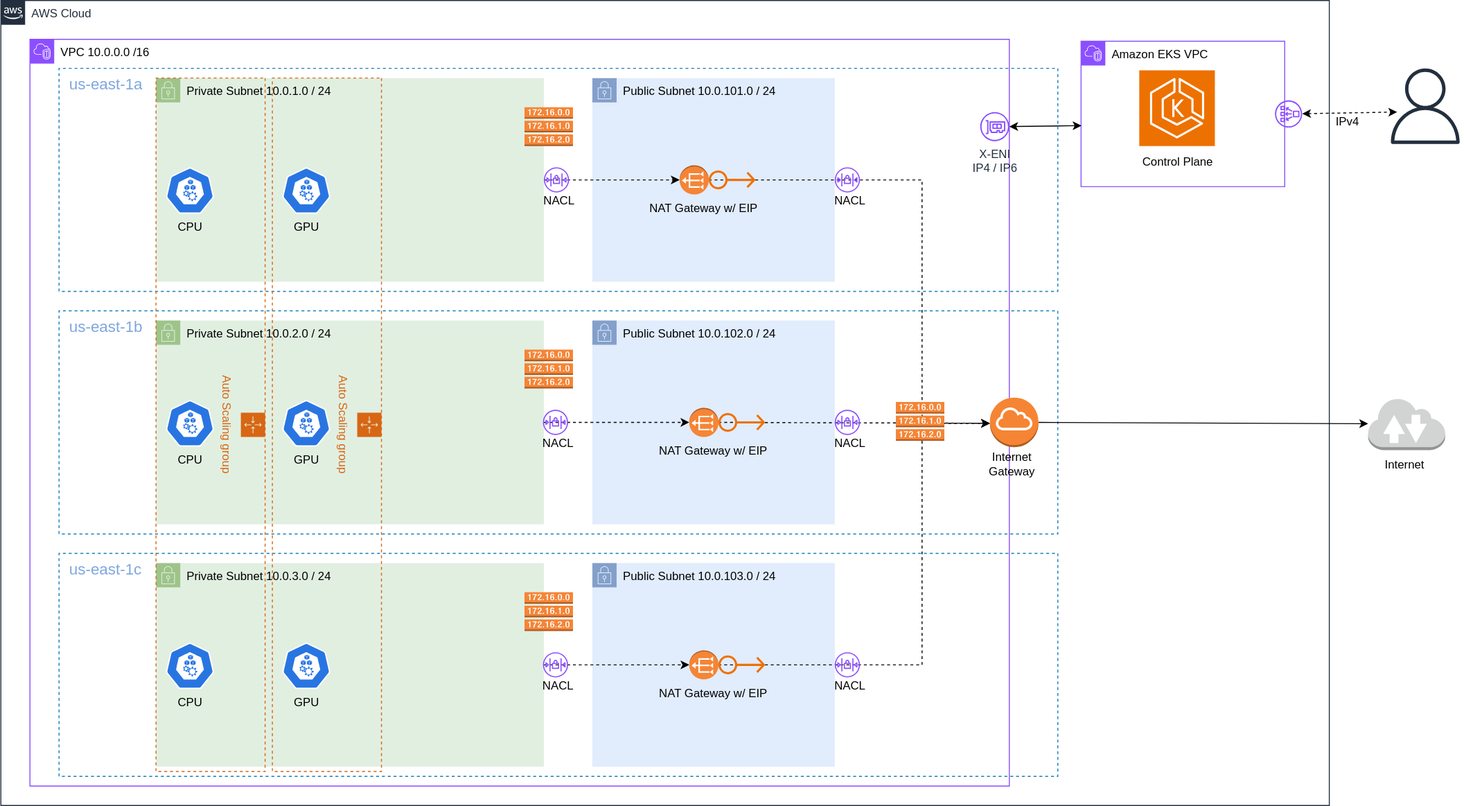
This is eks/docs/eks-cluster.drawio.svg from archegos-labs/platform, a draw.io export, as it was before one commit. Source tidied: cells renumbered, new cells last; positions are measured from the earlier drawing's top-left corner, leaving out a move shared by most shapes.
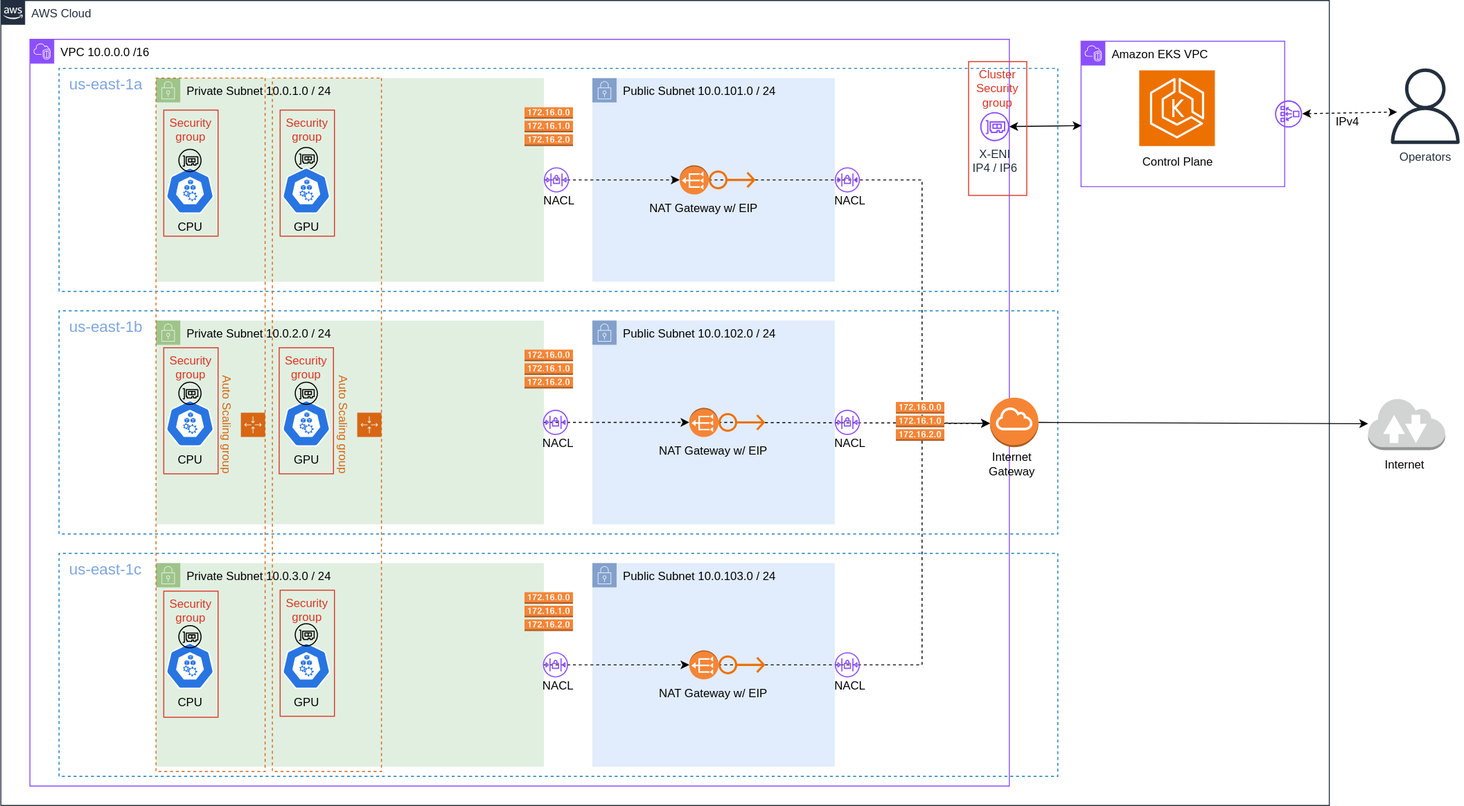
The same file after the commit.

Change to the diagram source:
```diff
@@ -205,7 +205,7 @@
     <mxCell id="64" style="sketch=0;outlineConnect=0;fontColor=#232F3E;gradientColor=none;fillColor=#8C4FFF;strokeColor=none;dashed=0;verticalLabelPosition=bottom;verticalAlign=top;align=center;html=1;fontSize=12;fontStyle=0;shape=mxgraph.aws4.network_load_balancer;rotation=-180;" parent="1" vertex="1">
       <mxGeometry x="1455" y="103" width="28" height="28" as="geometry" />
     </mxCell>
-    <mxCell id="65" style="sketch=0;fontColor=#232F3E;gradientColor=none;fillColor=#232F3D;strokeColor=none;dashed=0;verticalLabelPosition=bottom;verticalAlign=top;align=center;html=1;fontSize=12;fontStyle=0;shape=mxgraph.aws4.user;" parent="1" vertex="1">
+    <mxCell id="65" value="Operators" style="sketch=0;fontColor=#232F3E;gradientColor=none;fillColor=#232F3D;strokeColor=none;dashed=0;verticalLabelPosition=bottom;verticalAlign=top;align=center;html=1;fontSize=12;fontStyle=0;shape=mxgraph.aws4.user;" parent="1" vertex="1">
       <mxGeometry x="1571" y="70" width="78" height="78" as="geometry" />
     </mxCell>
     <mxCell id="66" style="group;" parent="1" vertex="1">
@@ -234,6 +234,9 @@
     <mxCell id="73" value="Auto Scaling group" style="gradientColor=none;html=1;whiteSpace=wrap;fontSize=12;fontStyle=0;shape=mxgraph.aws4.groupCenter;grIcon=mxgraph.aws4.group_auto_scaling_group;grStroke=1;strokeColor=#D86613;fillColor=none;verticalAlign=top;align=center;fontColor=#D86613;dashed=1;spacingTop=25;rotation=90;" parent="72" vertex="1">
       <mxGeometry x="-301.2" y="301.2" width="715" height="112.5" as="geometry" />
     </mxCell>
+    <mxCell id="82" style="sketch=0;fillColor=none;dashed=0;verticalLabelPosition=bottom;verticalAlign=top;align=center;html=1;fontSize=12;fontStyle=0;shape=mxgraph.aws4.resourceIcon;resIcon=mxgraph.aws4.elastic_network_interface;" parent="72" vertex="1">
+      <mxGeometry x="20" y="68" width="30" height="30" as="geometry" />
+    </mxCell>
     <mxCell id="74" style="endArrow=classic;startArrow=classic;html=1;rounded=0;entryX=0.002;entryY=0.58;entryDx=0;entryDy=0;entryPerimeter=0;" parent="1" edge="1" target="60">
       <mxGeometry relative="1" as="geometry">
         <mxPoint x="1181" y="130" as="sourcePoint" />
@@ -260,5 +263,41 @@
     <mxCell id="81" value="GPU" style="sketch=0;html=1;dashed=0;whitespace=wrap;verticalLabelPosition=bottom;verticalAlign=top;fillColor=#2875E2;strokeColor=#ffffff;shape=mxgraph.kubernetes.icon2;prIcon=node;" parent="1" vertex="1">
       <mxGeometry x="431" y="662" width="50" height="48" as="geometry" />
     </mxCell>
+    <mxCell id="83" style="sketch=0;fillColor=none;dashed=0;verticalLabelPosition=bottom;verticalAlign=top;align=center;html=1;fontSize=12;fontStyle=0;shape=mxgraph.aws4.resourceIcon;resIcon=mxgraph.aws4.elastic_network_interface;" parent="1" vertex="1">
+      <mxGeometry x="441" y="390" width="30" height="30" as="geometry" />
+    </mxCell>
+    <mxCell id="84" style="sketch=0;fillColor=none;dashed=0;verticalLabelPosition=bottom;verticalAlign=top;align=center;html=1;fontSize=12;fontStyle=0;shape=mxgraph.aws4.resourceIcon;resIcon=mxgraph.aws4.elastic_network_interface;" parent="1" vertex="1">
+      <mxGeometry x="441" y="639" width="30" height="30" as="geometry" />
+    </mxCell>
+    <mxCell id="85" style="sketch=0;fillColor=none;dashed=0;verticalLabelPosition=bottom;verticalAlign=top;align=center;html=1;fontSize=12;fontStyle=0;shape=mxgraph.aws4.resourceIcon;resIcon=mxgraph.aws4.elastic_network_interface;" parent="1" vertex="1">
+      <mxGeometry x="321" y="641" width="30" height="30" as="geometry" />
+    </mxCell>
+    <mxCell id="86" style="sketch=0;fillColor=none;dashed=0;verticalLabelPosition=bottom;verticalAlign=top;align=center;html=1;fontSize=12;fontStyle=0;shape=mxgraph.aws4.resourceIcon;resIcon=mxgraph.aws4.elastic_network_interface;" parent="1" vertex="1">
+      <mxGeometry x="321" y="390" width="30" height="30" as="geometry" />
+    </mxCell>
+    <mxCell id="87" style="sketch=0;fillColor=none;dashed=0;verticalLabelPosition=bottom;verticalAlign=top;align=center;html=1;fontSize=12;fontStyle=0;shape=mxgraph.aws4.resourceIcon;resIcon=mxgraph.aws4.elastic_network_interface;" parent="1" vertex="1">
+      <mxGeometry x="321" y="150" width="30" height="30" as="geometry" />
+    </mxCell>
+    <mxCell id="88" value="Security group" style="fillColor=none;strokeColor=#DD3522;verticalAlign=top;fontStyle=0;fontColor=#DD3522;whiteSpace=wrap;html=1;" parent="1" vertex="1">
+      <mxGeometry x="428" y="358" width="56" height="130" as="geometry" />
+    </mxCell>
+    <mxCell id="89" value="Security group" style="fillColor=none;strokeColor=#DD3522;verticalAlign=top;fontStyle=0;fontColor=#DD3522;whiteSpace=wrap;html=1;" parent="1" vertex="1">
+      <mxGeometry x="429" y="113" width="56" height="130" as="geometry" />
+    </mxCell>
+    <mxCell id="90" value="Security group" style="fillColor=none;strokeColor=#DD3522;verticalAlign=top;fontStyle=0;fontColor=#DD3522;whiteSpace=wrap;html=1;" parent="1" vertex="1">
+      <mxGeometry x="309" y="113" width="56" height="130" as="geometry" />
+    </mxCell>
+    <mxCell id="91" value="Security group" style="fillColor=none;strokeColor=#DD3522;verticalAlign=top;fontStyle=0;fontColor=#DD3522;whiteSpace=wrap;html=1;" parent="1" vertex="1">
+      <mxGeometry x="309" y="358" width="56" height="130" as="geometry" />
+    </mxCell>
+    <mxCell id="92" value="Security group" style="fillColor=none;strokeColor=#DD3522;verticalAlign=top;fontStyle=0;fontColor=#DD3522;whiteSpace=wrap;html=1;" parent="1" vertex="1">
+      <mxGeometry x="309" y="609" width="56" height="130" as="geometry" />
+    </mxCell>
+    <mxCell id="93" value="Security group" style="fillColor=none;strokeColor=#DD3522;verticalAlign=top;fontStyle=0;fontColor=#DD3522;whiteSpace=wrap;html=1;" parent="1" vertex="1">
+      <mxGeometry x="429" y="608" width="56" height="130" as="geometry" />
+    </mxCell>
+    <mxCell id="94" value="Cluster Security group" style="fillColor=none;strokeColor=#DD3522;verticalAlign=top;fontStyle=0;fontColor=#DD3522;whiteSpace=wrap;html=1;" parent="1" vertex="1">
+      <mxGeometry x="1139" y="63" width="60" height="138" as="geometry" />
+    </mxCell>
   </root>
 </mxGraphModel>
```
